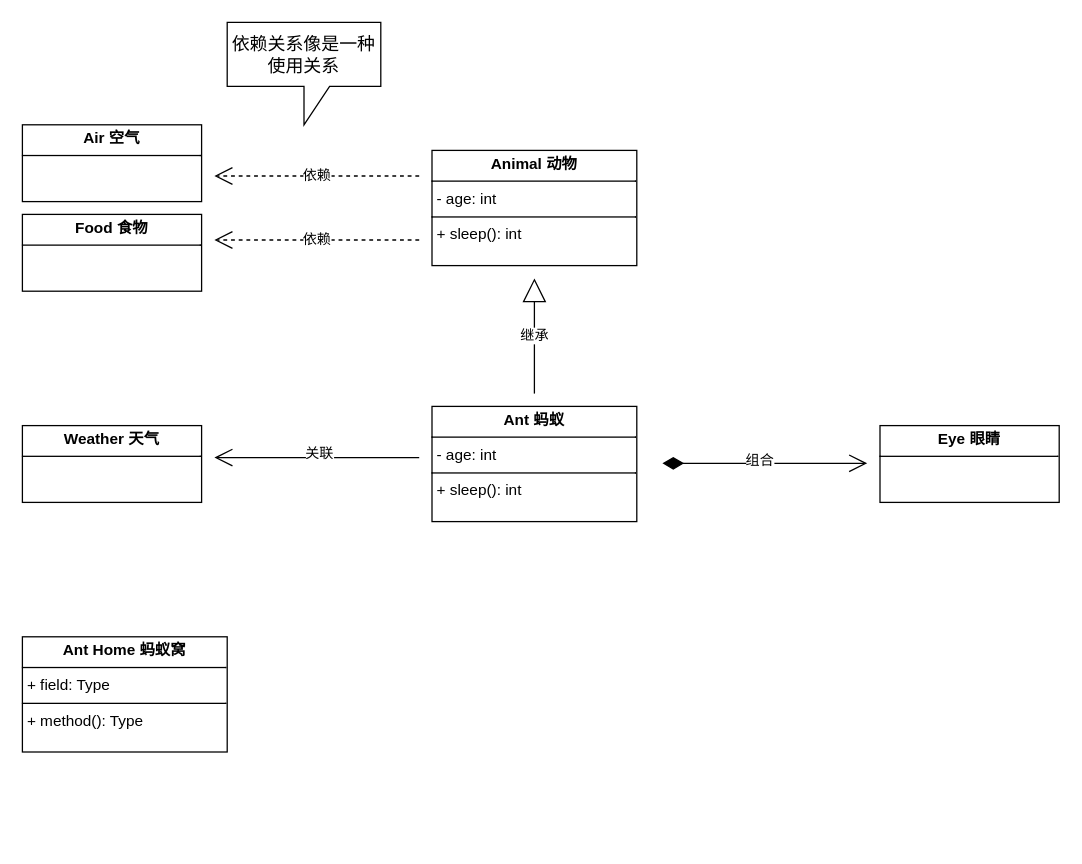
Before: 视图解析.drawio in ChengziMao/helloword, a draw.io diagram. Source tidied: cells renumbered, new cells numbered last; positions are measured from the earlier drawing's top-left corner, leaving out a move shared by most shapes. Both pictures are drawn from the tidied source at 128%, with x=0, y=0 at pixel (22, 22).
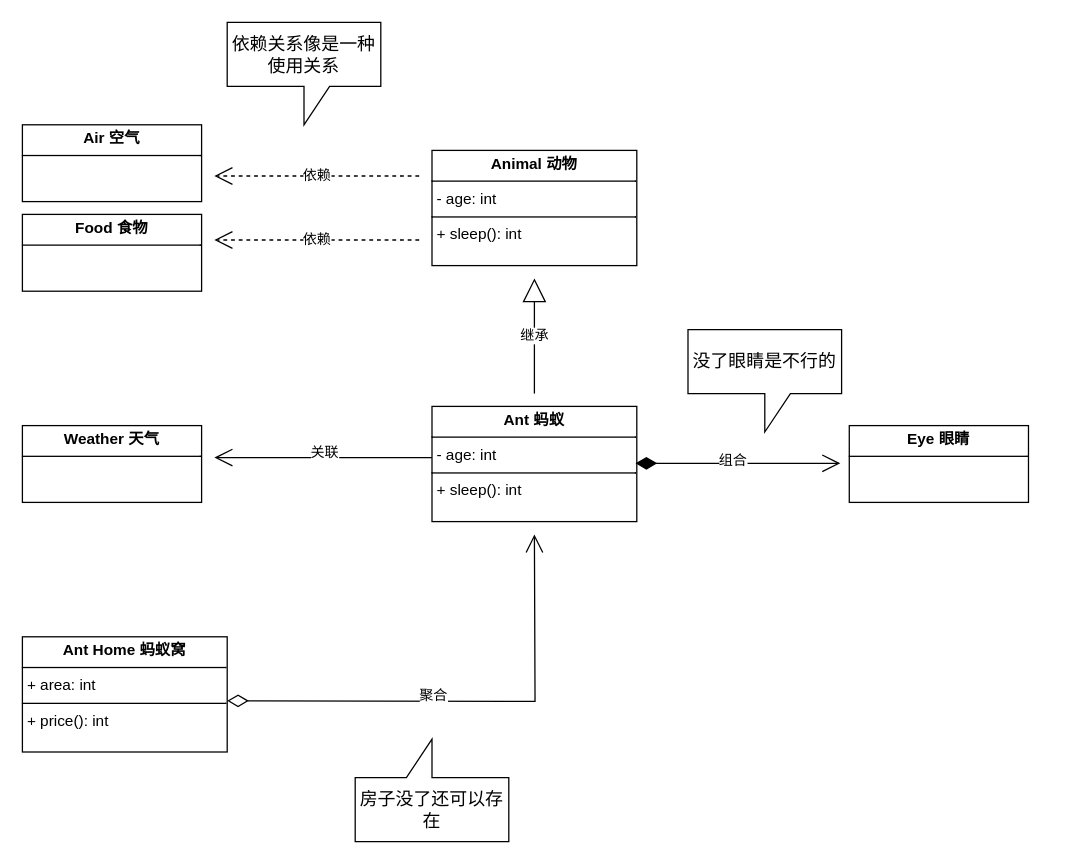
Above is the later version.

Commit message:
更新视图解析.drawio

Unchanged cells that the change refers to:
```xml
<mxCell id="7" value="&lt;p style=&quot;margin:0px;margin-top:4px;text-align:center;&quot;&gt;&lt;b&gt;Ant 蚂蚁&lt;/b&gt;&lt;/p&gt;&lt;hr size=&quot;1&quot; style=&quot;border-style:solid;&quot;&gt;&lt;p style=&quot;margin:0px;margin-left:4px;&quot;&gt;- age: int&lt;/p&gt;&lt;hr size=&quot;1&quot; style=&quot;border-style:solid;&quot;&gt;&lt;p style=&quot;margin:0px;margin-left:4px;&quot;&gt;+ sleep(): int&lt;/p&gt;" style="verticalAlign=top;align=left;overflow=fill;html=1;whiteSpace=wrap;" parent="1" vertex="1">
  <mxGeometry x="320" y="300" width="160" height="90" as="geometry" />
</mxCell>
```

What changed in the source:
```diff
@@
-    <mxCell id="11" style="endArrow=open;endFill=1;endSize=12;html=1;rounded=0;" parent="1" edge="1">
+    <mxCell id="11" style="endArrow=open;endFill=1;endSize=12;html=1;rounded=0;exitX=0;exitY=0.444;exitDx=0;exitDy=0;exitPerimeter=0;" parent="1" edge="1" source="7">
       <mxGeometry relative="1" as="geometry">
-        <mxPoint x="310" y="340" as="sourcePoint" />
         <mxPoint x="150" y="340" as="targetPoint" />
       </mxGeometry>
     </mxCell>
@@
     <mxCell id="13" value="&lt;p style=&quot;margin:0px;margin-top:4px;text-align:center;&quot;&gt;&lt;b&gt;Eye 眼睛&lt;/b&gt;&lt;/p&gt;&lt;hr size=&quot;1&quot; style=&quot;border-style:solid;&quot;&gt;&lt;div style=&quot;height:2px;&quot;&gt;&lt;/div&gt;" style="verticalAlign=top;align=left;overflow=fill;html=1;whiteSpace=wrap;" parent="1" vertex="1">
-      <mxGeometry x="670" y="315" width="140" height="60" as="geometry" />
+      <mxGeometry x="646" y="315" width="140" height="60" as="geometry" />
     </mxCell>
     <mxCell id="14" style="endArrow=open;html=1;endSize=12;startArrow=diamondThin;startSize=14;startFill=1;edgeStyle=orthogonalEdgeStyle;align=left;verticalAlign=bottom;rounded=0;" parent="1" edge="1">
       <mxGeometry x="-1" y="3" relative="1" as="geometry">
-        <mxPoint x="500" y="344.5" as="sourcePoint" />
-        <mxPoint x="660" y="344.5" as="targetPoint" />
+        <mxPoint x="479" y="344.5" as="sourcePoint" />
+        <mxPoint x="639" y="344.5" as="targetPoint" />
       </mxGeometry>
     </mxCell>
@@
-    <mxCell id="16" value="&lt;p style=&quot;margin:0px;margin-top:4px;text-align:center;&quot;&gt;&lt;b&gt;Ant Home 蚂蚁窝&lt;/b&gt;&lt;/p&gt;&lt;hr size=&quot;1&quot; style=&quot;border-style:solid;&quot;&gt;&lt;p style=&quot;margin:0px;margin-left:4px;&quot;&gt;+ field: Type&lt;/p&gt;&lt;hr size=&quot;1&quot; style=&quot;border-style:solid;&quot;&gt;&lt;p style=&quot;margin:0px;margin-left:4px;&quot;&gt;+ method(): Type&lt;/p&gt;" style="verticalAlign=top;align=left;overflow=fill;html=1;whiteSpace=wrap;" parent="1" vertex="1">
+    <mxCell id="16" value="&lt;p style=&quot;margin:0px;margin-top:4px;text-align:center;&quot;&gt;&lt;b&gt;Ant Home 蚂蚁窝&lt;/b&gt;&lt;/p&gt;&lt;hr size=&quot;1&quot; style=&quot;border-style:solid;&quot;&gt;&lt;p style=&quot;margin:0px;margin-left:4px;&quot;&gt;+ area: int&lt;/p&gt;&lt;hr size=&quot;1&quot; style=&quot;border-style:solid;&quot;&gt;&lt;p style=&quot;margin:0px;margin-left:4px;&quot;&gt;+ price(): int&lt;/p&gt;" style="verticalAlign=top;align=left;overflow=fill;html=1;whiteSpace=wrap;" parent="1" vertex="1">
       <mxGeometry y="480" width="160" height="90" as="geometry" />
     </mxCell>
+    <mxCell id="17" style="endArrow=open;html=1;endSize=12;startArrow=diamondThin;startSize=14;startFill=0;edgeStyle=orthogonalEdgeStyle;align=left;verticalAlign=bottom;rounded=0;" parent="1" edge="1">
+      <mxGeometry x="-1" y="3" relative="1" as="geometry">
+        <mxPoint x="160" y="530" as="sourcePoint" />
+        <mxPoint x="400" y="400" as="targetPoint" />
+      </mxGeometry>
+    </mxCell>
+    <mxCell id="18" value="聚合" style="edgeLabel;html=1;align=center;verticalAlign=middle;" parent="17" vertex="1">
+      <mxGeometry x="0.03" y="1" relative="1" as="geometry">
+        <mxPoint x="-31" y="-4" as="offset" />
+      </mxGeometry>
+    </mxCell>
+    <mxCell id="19" value="房子没了还可以存在" style="shape=callout;whiteSpace=wrap;html=1;perimeter=calloutPerimeter;direction=west;fontSize=14;" parent="1" vertex="1">
+      <mxGeometry x="260" y="560" width="120" height="80" as="geometry" />
+    </mxCell>
+    <mxCell id="20" value="没了眼睛是不行的" style="shape=callout;whiteSpace=wrap;html=1;perimeter=calloutPerimeter;fontSize=14;" parent="1" vertex="1">
+      <mxGeometry x="520" y="240" width="120" height="80" as="geometry" />
+    </mxCell>
```
